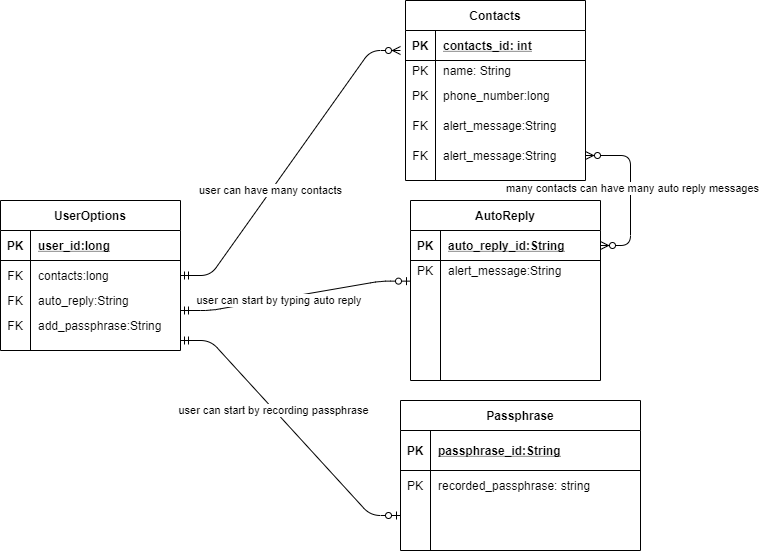
The draw.io diagram docs/PNGs/kidnappedERD - Copy.png in shifdub/kidnapped, before a commit. Source tidied: cells renumbered, new cells last; positions are measured from the earlier drawing's top-left corner, leaving out a move shared by most shapes.
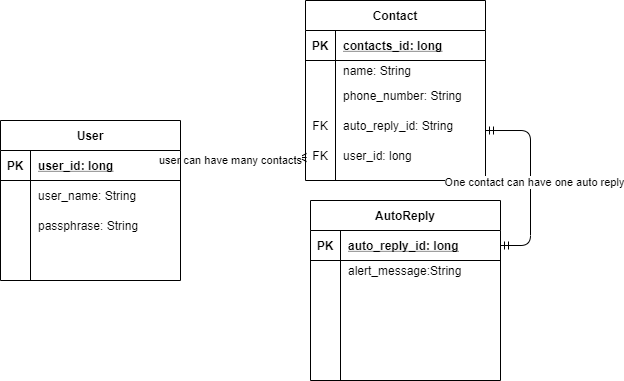
Above is the later version.

Change to the diagram source:
```diff
@@ -2,16 +2,14 @@
   <root>
     <mxCell id="0" />
     <mxCell id="1" parent="0" />
-    <mxCell id="2" style="edgeStyle=entityRelationEdgeStyle;fontSize=12;html=1;endArrow=ERzeroToMany;startArrow=ERmandOne;exitX=1;exitY=0.5;exitDx=0;exitDy=0;" parent="1" edge="1" source="8">
-      <mxGeometry relative="1" as="geometry">
-        <mxPoint x="400" y="50" as="targetPoint" />
-      </mxGeometry>
+    <mxCell id="2" style="edgeStyle=entityRelationEdgeStyle;fontSize=12;html=1;endArrow=ERzeroToMany;startArrow=ERmandOne;entryX=0.006;entryY=0.567;entryDx=0;entryDy=0;entryPerimeter=0;exitX=1;exitY=0.4;exitDx=0;exitDy=0;exitPerimeter=0;" parent="1" edge="1" source="5" target="60">
+      <mxGeometry relative="1" as="geometry" />
     </mxCell>
     <mxCell id="3" value="user can have many contacts" style="edgeLabel;html=1;align=center;verticalAlign=middle;" parent="2" vertex="1">
       <mxGeometry x="-0.2" y="1" relative="1" as="geometry" />
     </mxCell>
-    <mxCell id="4" value="UserOptions" style="shape=table;startSize=30;rowLines=0;fontStyle=1;align=center;" parent="1" vertex="1">
-      <mxGeometry y="200" width="180" height="150" as="geometry" />
+    <mxCell id="4" value="User" style="shape=table;startSize=30;rowLines=0;fontStyle=1;align=center;" parent="1" vertex="1">
+      <mxGeometry x="100" y="120" width="180" height="160" as="geometry" />
     </mxCell>
     <mxCell id="5" style="shape=partialRectangle;fillColor=none;top=0;left=0;bottom=1;right=0;points=[[0,0.5],[1,0.5]];portConstraint=eastwest;" parent="4" vertex="1">
       <mxGeometry y="30" width="180" height="30" as="geometry" />
@@ -19,95 +17,36 @@
     <mxCell id="6" value="PK" style="shape=partialRectangle;fillColor=none;top=0;left=0;bottom=0;right=0;fontStyle=1;overflow=hidden;" parent="5" vertex="1">
       <mxGeometry width="30" height="30" as="geometry" />
     </mxCell>
-    <mxCell id="7" value="user_id:long" style="shape=partialRectangle;fillColor=none;top=0;left=0;bottom=0;right=0;align=left;spacingLeft=6;fontStyle=5;overflow=hidden;" parent="5" vertex="1">
+    <mxCell id="7" value="user_id: long" style="shape=partialRectangle;fillColor=none;top=0;left=0;bottom=0;right=0;align=left;spacingLeft=6;fontStyle=5;overflow=hidden;" parent="5" vertex="1">
       <mxGeometry x="30" width="150" height="30" as="geometry" />
     </mxCell>
     <mxCell id="8" style="shape=partialRectangle;fillColor=none;top=0;left=0;bottom=0;right=0;points=[[0,0.5],[1,0.5]];portConstraint=eastwest;" parent="4" vertex="1">
       <mxGeometry y="60" width="180" height="30" as="geometry" />
     </mxCell>
-    <mxCell id="9" value="FK" style="shape=partialRectangle;fillColor=none;top=0;left=0;bottom=0;right=0;overflow=hidden;" parent="8" vertex="1">
+    <mxCell id="9" style="shape=partialRectangle;fillColor=none;top=0;left=0;bottom=0;right=0;overflow=hidden;" parent="8" vertex="1">
       <mxGeometry width="30" height="30" as="geometry" />
     </mxCell>
-    <mxCell id="10" value="contacts:long" style="shape=partialRectangle;fillColor=none;top=0;left=0;bottom=0;right=0;align=left;spacingLeft=6;overflow=hidden;" parent="8" vertex="1">
+    <mxCell id="10" value="user_name: String" style="shape=partialRectangle;fillColor=none;top=0;left=0;bottom=0;right=0;align=left;spacingLeft=6;overflow=hidden;" parent="8" vertex="1">
       <mxGeometry x="30" width="150" height="30" as="geometry" />
     </mxCell>
     <mxCell id="11" style="shape=partialRectangle;fillColor=none;top=0;left=0;bottom=0;right=0;" parent="4" vertex="1">
-      <mxGeometry y="90" width="180" height="20" as="geometry" />
+      <mxGeometry y="90" width="180" height="30" as="geometry" />
     </mxCell>
-    <mxCell id="12" value="FK" style="shape=partialRectangle;fillColor=none;top=0;left=0;bottom=0;right=0;overflow=hidden;" parent="11" vertex="1">
-      <mxGeometry width="30" height="20" as="geometry" />
+    <mxCell id="12" style="shape=partialRectangle;fillColor=none;top=0;left=0;bottom=0;right=0;overflow=hidden;" parent="11" vertex="1">
+      <mxGeometry width="30" height="30" as="geometry" />
     </mxCell>
-    <mxCell id="13" value="auto_reply:String" style="shape=partialRectangle;fillColor=none;top=0;left=0;bottom=0;right=0;align=left;spacingLeft=6;overflow=hidden;" parent="11" vertex="1">
-      <mxGeometry x="30" width="150" height="20" as="geometry" />
+    <mxCell id="13" value="passphrase: String" style="shape=partialRectangle;fillColor=none;top=0;left=0;bottom=0;right=0;align=left;spacingLeft=6;overflow=hidden;" parent="11" vertex="1">
+      <mxGeometry x="30" width="150" height="30" as="geometry" />
     </mxCell>
     <mxCell id="14" style="shape=partialRectangle;fillColor=none;top=0;left=0;bottom=0;right=0;" parent="4" vertex="1">
-      <mxGeometry y="110" width="180" height="30" as="geometry" />
+      <mxGeometry y="120" width="180" height="30" as="geometry" />
     </mxCell>
-    <mxCell id="15" value="FK" style="shape=partialRectangle;fillColor=none;top=0;left=0;bottom=0;right=0;overflow=hidden;" parent="14" vertex="1">
+    <mxCell id="15" style="shape=partialRectangle;fillColor=none;top=0;left=0;bottom=0;right=0;overflow=hidden;" parent="14" vertex="1">
       <mxGeometry width="30" height="30" as="geometry" />
     </mxCell>
-    <mxCell id="16" value="add_passphrase:String" style="shape=partialRectangle;fillColor=none;top=0;left=0;bottom=0;right=0;align=left;spacingLeft=6;overflow=hidden;" parent="14" vertex="1">
+    <mxCell id="16" style="shape=partialRectangle;fillColor=none;top=0;left=0;bottom=0;right=0;align=left;spacingLeft=6;overflow=hidden;" parent="14" vertex="1">
       <mxGeometry x="30" width="150" height="30" as="geometry" />
     </mxCell>
-    <mxCell id="17" style="edgeStyle=entityRelationEdgeStyle;fontSize=12;html=1;endArrow=ERzeroToOne;startArrow=ERmandOne;entryX=0;entryY=0.5;entryDx=0;entryDy=0;" parent="1" edge="1" target="26">
-      <mxGeometry relative="1" as="geometry">
-        <mxPoint x="180" y="340" as="sourcePoint" />
-      </mxGeometry>
-    </mxCell>
-    <mxCell id="18" value="user can start by recording passphrase" style="edgeLabel;html=1;align=center;verticalAlign=middle;" parent="17" vertex="1">
-      <mxGeometry x="-0.19" y="2" relative="1" as="geometry">
-        <mxPoint y="4.3" as="offset" />
-      </mxGeometry>
-    </mxCell>
-    <mxCell id="19" value="Passphrase" style="shape=table;startSize=30;rowLines=0;fontStyle=1;align=center;" parent="1" vertex="1">
-      <mxGeometry x="400" y="400" width="240" height="150" as="geometry" />
-    </mxCell>
-    <mxCell id="20" style="shape=partialRectangle;fillColor=none;top=0;left=0;bottom=1;right=0;" parent="19" vertex="1">
-      <mxGeometry y="30" width="240" height="40" as="geometry" />
-    </mxCell>
-    <mxCell id="21" value="PK" style="shape=partialRectangle;fillColor=none;top=0;left=0;bottom=0;right=0;fontStyle=1;overflow=hidden;" parent="20" vertex="1">
-      <mxGeometry width="30" height="40" as="geometry" />
-    </mxCell>
-    <mxCell id="22" value="passphrase_id:String" style="shape=partialRectangle;fillColor=none;top=0;left=0;bottom=0;right=0;align=left;spacingLeft=6;fontStyle=5;overflow=hidden;" parent="20" vertex="1">
-      <mxGeometry x="30" width="210" height="40" as="geometry" />
-    </mxCell>
-    <mxCell id="23" style="shape=partialRectangle;fillColor=none;top=0;left=0;bottom=0;right=0;" parent="19" vertex="1">
-      <mxGeometry y="70" width="240" height="30" as="geometry" />
-    </mxCell>
-    <mxCell id="24" value="PK" style="shape=partialRectangle;fillColor=none;top=0;left=0;bottom=0;right=0;overflow=hidden;" parent="23" vertex="1">
-      <mxGeometry width="30" height="30" as="geometry" />
-    </mxCell>
-    <mxCell id="25" value="recorded_passphrase: string" style="shape=partialRectangle;fillColor=none;top=0;left=0;bottom=0;right=0;align=left;spacingLeft=6;overflow=hidden;" parent="23" vertex="1">
-      <mxGeometry x="30" width="210" height="30" as="geometry" />
-    </mxCell>
-    <mxCell id="26" style="shape=partialRectangle;fillColor=none;top=0;left=0;bottom=0;right=0;points=[[0,0.5],[1,0.5]];portConstraint=eastwest;" parent="19" vertex="1">
-      <mxGeometry y="100" width="240" height="30" as="geometry" />
-    </mxCell>
-    <mxCell id="27" style="shape=partialRectangle;fillColor=none;top=0;left=0;bottom=0;right=0;overflow=hidden;" parent="26" vertex="1">
-      <mxGeometry width="30" height="30" as="geometry" />
-    </mxCell>
-    <mxCell id="28" style="shape=partialRectangle;fillColor=none;top=0;left=0;bottom=0;right=0;align=left;spacingLeft=6;overflow=hidden;" parent="26" vertex="1">
-      <mxGeometry x="30" width="210" height="30" as="geometry" />
-    </mxCell>
-    <mxCell id="29" style="shape=partialRectangle;fillColor=none;top=0;left=0;bottom=0;right=0;" parent="19" vertex="1">
-      <mxGeometry y="130" width="240" height="20" as="geometry" />
-    </mxCell>
-    <mxCell id="30" style="shape=partialRectangle;fillColor=none;top=0;left=0;bottom=0;right=0;overflow=hidden;" parent="29" vertex="1">
-      <mxGeometry width="30" height="20" as="geometry" />
-    </mxCell>
-    <mxCell id="31" style="shape=partialRectangle;fillColor=none;top=0;left=0;bottom=0;right=0;align=left;spacingLeft=6;overflow=hidden;" parent="29" vertex="1">
-      <mxGeometry x="30" width="210" height="20" as="geometry" />
-    </mxCell>
-    <mxCell id="32" style="edgeStyle=entityRelationEdgeStyle;fontSize=12;html=1;endArrow=ERzeroToOne;startArrow=ERmandOne;entryX=0;entryY=0.008;entryDx=0;entryDy=0;entryPerimeter=0;" parent="1" edge="1" target="41">
-      <mxGeometry relative="1" as="geometry">
-        <mxPoint x="180" y="310" as="sourcePoint" />
-      </mxGeometry>
-    </mxCell>
-    <mxCell id="33" value="user can start by typing auto reply&amp;nbsp;" style="edgeLabel;html=1;align=center;verticalAlign=middle;" parent="32" vertex="1">
-      <mxGeometry x="-0.16" y="-1" relative="1" as="geometry">
-        <mxPoint x="3.3" y="0.5" as="offset" />
-      </mxGeometry>
-    </mxCell>
     <mxCell id="34" value="AutoReply" style="shape=table;startSize=30;rowLines=0;fontStyle=1;align=center;" parent="1" vertex="1">
       <mxGeometry x="410" y="200" width="190" height="180" as="geometry" />
     </mxCell>
@@ -117,13 +56,13 @@
     <mxCell id="36" value="PK" style="shape=partialRectangle;fillColor=none;top=0;left=0;bottom=0;right=0;fontStyle=1;overflow=hidden;" parent="35" vertex="1">
       <mxGeometry width="30" height="30" as="geometry" />
     </mxCell>
-    <mxCell id="37" value="auto_reply_id:String" style="shape=partialRectangle;fillColor=none;top=0;left=0;bottom=0;right=0;align=left;spacingLeft=6;fontStyle=5;overflow=hidden;" parent="35" vertex="1">
+    <mxCell id="37" value="auto_reply_id: long" style="shape=partialRectangle;fillColor=none;top=0;left=0;bottom=0;right=0;align=left;spacingLeft=6;fontStyle=5;overflow=hidden;" parent="35" vertex="1">
       <mxGeometry x="30" width="160" height="30" as="geometry" />
     </mxCell>
     <mxCell id="38" style="shape=partialRectangle;fillColor=none;top=0;left=0;bottom=0;right=0;" parent="34" vertex="1">
       <mxGeometry y="60" width="190" height="20" as="geometry" />
     </mxCell>
-    <mxCell id="39" value="PK" style="shape=partialRectangle;fillColor=none;top=0;left=0;bottom=0;right=0;overflow=hidden;" parent="38" vertex="1">
+    <mxCell id="39" style="shape=partialRectangle;fillColor=none;top=0;left=0;bottom=0;right=0;overflow=hidden;" parent="38" vertex="1">
       <mxGeometry width="30" height="20" as="geometry" />
     </mxCell>
     <mxCell id="40" value="alert_message:String" style="shape=partialRectangle;fillColor=none;top=0;left=0;bottom=0;right=0;align=left;spacingLeft=6;overflow=hidden;" parent="38" vertex="1">
@@ -147,7 +86,7 @@
     <mxCell id="46" style="shape=partialRectangle;fillColor=none;top=0;left=0;bottom=0;right=0;align=left;spacingLeft=6;overflow=hidden;" parent="44" vertex="1">
       <mxGeometry x="30" width="160" height="20" as="geometry" />
     </mxCell>
-    <mxCell id="47" value="Contacts" style="shape=table;startSize=30;rowLines=0;fontStyle=1;align=center;" parent="1" vertex="1">
+    <mxCell id="47" value="Contact" style="shape=table;startSize=30;rowLines=0;fontStyle=1;align=center;" parent="1" vertex="1">
       <mxGeometry x="405" width="180" height="180" as="geometry" />
     </mxCell>
     <mxCell id="48" style="shape=partialRectangle;fillColor=none;top=0;left=0;bottom=1;right=0;" parent="47" vertex="1">
@@ -156,13 +95,13 @@
     <mxCell id="49" value="PK" style="shape=partialRectangle;fillColor=none;top=0;left=0;bottom=0;right=0;fontStyle=1;overflow=hidden;" parent="48" vertex="1">
       <mxGeometry width="30" height="30" as="geometry" />
     </mxCell>
-    <mxCell id="50" value="contacts_id: int" style="shape=partialRectangle;fillColor=none;top=0;left=0;bottom=0;right=0;align=left;spacingLeft=6;fontStyle=5;overflow=hidden;" parent="48" vertex="1">
+    <mxCell id="50" value="contacts_id: long" style="shape=partialRectangle;fillColor=none;top=0;left=0;bottom=0;right=0;align=left;spacingLeft=6;fontStyle=5;overflow=hidden;" parent="48" vertex="1">
       <mxGeometry x="30" width="150" height="30" as="geometry" />
     </mxCell>
     <mxCell id="51" style="shape=partialRectangle;fillColor=none;top=0;left=0;bottom=0;right=0;" parent="47" vertex="1">
       <mxGeometry y="60" width="180" height="20" as="geometry" />
     </mxCell>
-    <mxCell id="52" value="PK" style="shape=partialRectangle;fillColor=none;top=0;left=0;bottom=0;right=0;overflow=hidden;" parent="51" vertex="1">
+    <mxCell id="52" style="shape=partialRectangle;fillColor=none;top=0;left=0;bottom=0;right=0;overflow=hidden;" parent="51" vertex="1">
       <mxGeometry width="30" height="20" as="geometry" />
     </mxCell>
     <mxCell id="53" value="name: String" style="shape=partialRectangle;fillColor=none;top=0;left=0;bottom=0;right=0;align=left;spacingLeft=6;overflow=hidden;" parent="51" vertex="1">
@@ -171,10 +110,10 @@
     <mxCell id="54" style="shape=partialRectangle;fillColor=none;top=0;left=0;bottom=0;right=0;" parent="47" vertex="1">
       <mxGeometry y="80" width="180" height="30" as="geometry" />
     </mxCell>
-    <mxCell id="55" value="PK" style="shape=partialRectangle;fillColor=none;top=0;left=0;bottom=0;right=0;overflow=hidden;" parent="54" vertex="1">
+    <mxCell id="55" style="shape=partialRectangle;fillColor=none;top=0;left=0;bottom=0;right=0;overflow=hidden;" parent="54" vertex="1">
       <mxGeometry width="30" height="30" as="geometry" />
     </mxCell>
-    <mxCell id="56" value="phone_number:long" style="shape=partialRectangle;fillColor=none;top=0;left=0;bottom=0;right=0;align=left;spacingLeft=6;overflow=hidden;" parent="54" vertex="1">
+    <mxCell id="56" value="phone_number: String" style="shape=partialRectangle;fillColor=none;top=0;left=0;bottom=0;right=0;align=left;spacingLeft=6;overflow=hidden;" parent="54" vertex="1">
       <mxGeometry x="30" width="150" height="30" as="geometry" />
     </mxCell>
     <mxCell id="57" style="shape=partialRectangle;fillColor=none;top=0;left=0;bottom=0;right=0;points=[[0,0.5],[1,0.5]];portConstraint=eastwest;" parent="47" vertex="1">
@@ -183,7 +122,7 @@
     <mxCell id="58" value="FK" style="shape=partialRectangle;fillColor=none;top=0;left=0;bottom=0;right=0;overflow=hidden;" parent="57" vertex="1">
       <mxGeometry width="30" height="30" as="geometry" />
     </mxCell>
-    <mxCell id="59" value="alert_message:String" style="shape=partialRectangle;fillColor=none;top=0;left=0;bottom=0;right=0;align=left;spacingLeft=6;overflow=hidden;" parent="57" vertex="1">
+    <mxCell id="59" value="auto_reply_id: String" style="shape=partialRectangle;fillColor=none;top=0;left=0;bottom=0;right=0;align=left;spacingLeft=6;overflow=hidden;" parent="57" vertex="1">
       <mxGeometry x="30" width="150" height="30" as="geometry" />
     </mxCell>
     <mxCell id="60" style="shape=partialRectangle;fillColor=none;top=0;left=0;bottom=0;right=0;points=[[0,0.5],[1,0.5]];portConstraint=eastwest;" parent="47" vertex="1">
@@ -192,14 +131,14 @@
     <mxCell id="61" value="FK" style="shape=partialRectangle;fillColor=none;top=0;left=0;bottom=0;right=0;overflow=hidden;" parent="60" vertex="1">
       <mxGeometry width="30" height="30" as="geometry" />
     </mxCell>
-    <mxCell id="62" value="alert_message:String" style="shape=partialRectangle;fillColor=none;top=0;left=0;bottom=0;right=0;align=left;spacingLeft=6;overflow=hidden;" parent="60" vertex="1">
+    <mxCell id="62" value="user_id: long" style="shape=partialRectangle;fillColor=none;top=0;left=0;bottom=0;right=0;align=left;spacingLeft=6;overflow=hidden;" parent="60" vertex="1">
       <mxGeometry x="30" width="150" height="30" as="geometry" />
     </mxCell>
-    <mxCell id="63" style="edgeStyle=entityRelationEdgeStyle;fontSize=12;html=1;endArrow=ERzeroToMany;endFill=1;startArrow=ERzeroToMany;exitX=1;exitY=0.5;exitDx=0;exitDy=0;" parent="1" edge="1" source="60" target="35">
-      <mxGeometry relative="1" as="geometry" />
-    </mxCell>
-    <mxCell id="64" value="many contacts can have many auto reply messages" style="edgeLabel;html=1;align=center;verticalAlign=middle;" parent="63" vertex="1">
-      <mxGeometry x="-0.06" y="2" relative="1" as="geometry" />
-    </mxCell>
+    <mxCell id="65" style="edgeStyle=entityRelationEdgeStyle;fontSize=12;html=1;endArrow=ERmandOne;startArrow=ERmandOne;entryX=1;entryY=0.667;entryDx=0;entryDy=0;entryPerimeter=0;" parent="1" edge="1" source="35" target="57">
+      <mxGeometry relative="1" as="geometry" />
+    </mxCell>
+    <mxCell id="66" value="One contact can have one auto reply" style="edgeLabel;html=1;align=center;verticalAlign=middle;" parent="65" vertex="1">
+      <mxGeometry x="-0.01" y="-3" relative="1" as="geometry" />
+    </mxCell>
   </root>
 </mxGraphModel>
```
